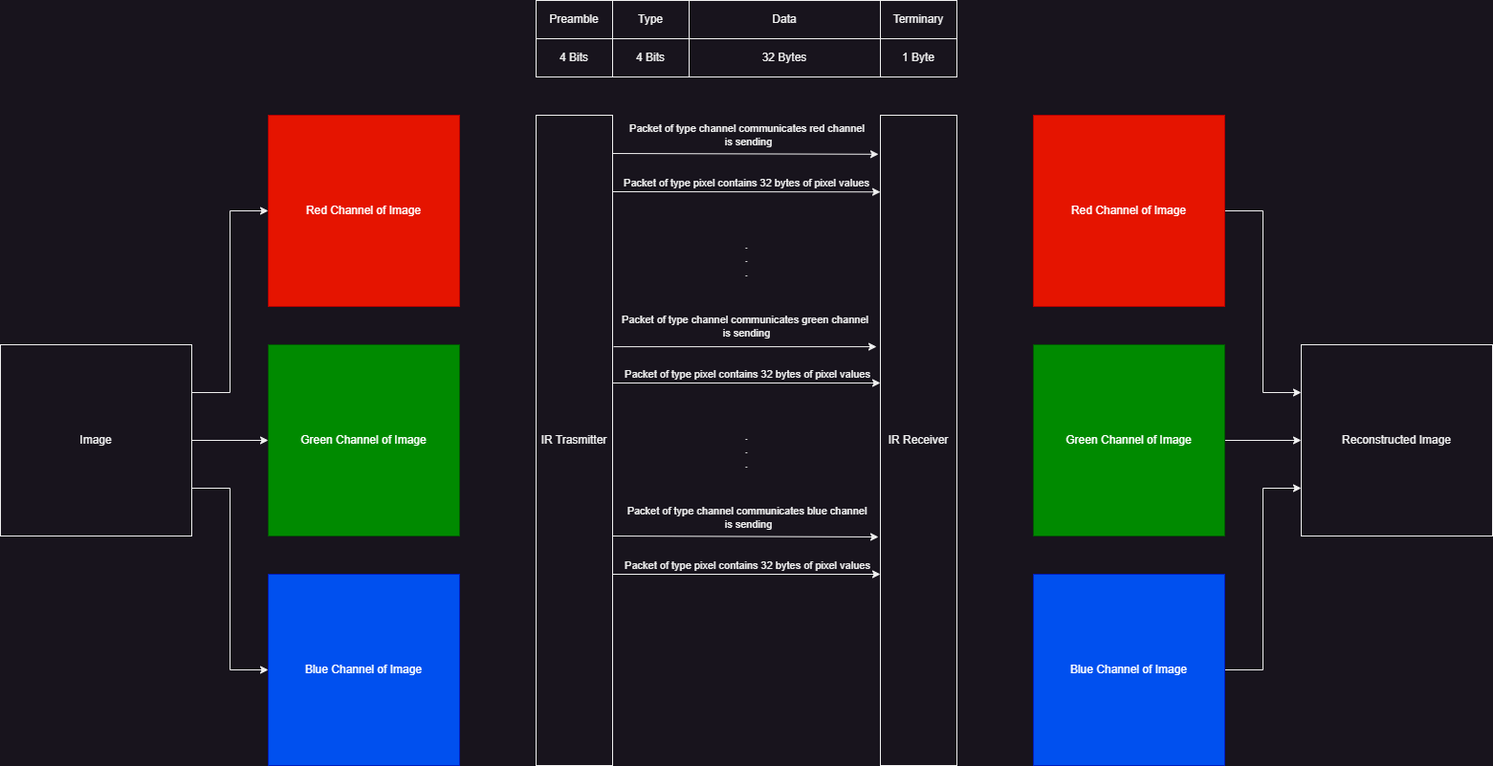
Earlier version of the draw.io export images/comms.png (liamhemmett/CSSE4011-PROJECT). Source tidied: cells renumbered, new cells last; positions are measured from the earlier drawing's top-left corner, leaving out a move shared by most shapes.
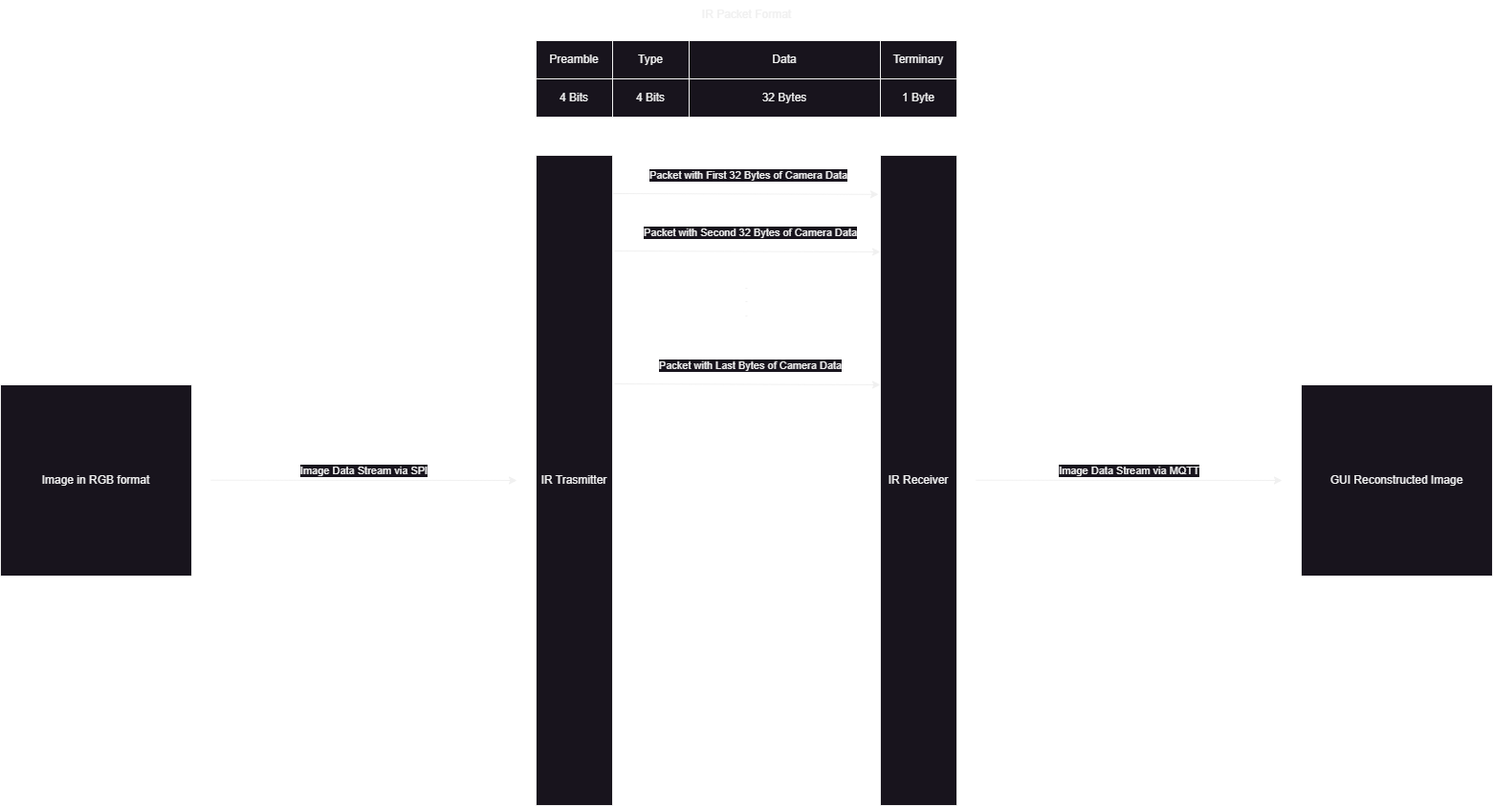
Above is the later version.

Change to the diagram source:
```diff
@@ -2,27 +2,9 @@
   <root>
     <mxCell id="0" />
     <mxCell id="1" parent="0" />
-    <mxCell id="2" style="edgeStyle=orthogonalEdgeStyle;rounded=0;jettySize=auto;html=1;exitX=1;exitY=0.25;exitDx=0;exitDy=0;entryX=0;entryY=0.5;entryDx=0;entryDy=0;" parent="1" edge="1" source="5" target="6">
-      <mxGeometry relative="1" as="geometry" />
-    </mxCell>
-    <mxCell id="3" style="edgeStyle=orthogonalEdgeStyle;rounded=0;jettySize=auto;html=1;exitX=1;exitY=0.5;exitDx=0;exitDy=0;entryX=0;entryY=0.5;entryDx=0;entryDy=0;" parent="1" edge="1" source="5" target="7">
-      <mxGeometry relative="1" as="geometry" />
-    </mxCell>
-    <mxCell id="4" style="edgeStyle=orthogonalEdgeStyle;rounded=0;jettySize=auto;html=1;exitX=1;exitY=0.75;exitDx=0;exitDy=0;entryX=0;entryY=0.5;entryDx=0;entryDy=0;" parent="1" edge="1" source="5" target="8">
-      <mxGeometry relative="1" as="geometry" />
-    </mxCell>
-    <mxCell id="5" value="Image" style="rounded=0;whiteSpace=wrap;html=1;glass=0;shadow=0;" parent="1" vertex="1">
+    <mxCell id="5" value="Image in RGB format" style="rounded=0;whiteSpace=wrap;html=1;glass=0;shadow=0;" parent="1" vertex="1">
       <mxGeometry y="360" width="200" height="200" as="geometry" />
     </mxCell>
-    <mxCell id="6" value="Red Channel of Image" style="rounded=0;whiteSpace=wrap;html=1;glass=0;shadow=0;fillColor=#e51400;fontColor=#ffffff;strokeColor=#B20000;" parent="1" vertex="1">
-      <mxGeometry x="280" y="120" width="200" height="200" as="geometry" />
-    </mxCell>
-    <mxCell id="7" value="Green Channel of Image" style="rounded=0;whiteSpace=wrap;html=1;glass=0;shadow=0;fillColor=#008a00;fontColor=#ffffff;strokeColor=#005700;" parent="1" vertex="1">
-      <mxGeometry x="280" y="360" width="200" height="200" as="geometry" />
-    </mxCell>
-    <mxCell id="8" value="Blue Channel of Image" style="rounded=0;whiteSpace=wrap;html=1;glass=0;shadow=0;fillColor=#0050ef;fontColor=#ffffff;strokeColor=#001DBC;" parent="1" vertex="1">
-      <mxGeometry x="280" y="600" width="200" height="200" as="geometry" />
-    </mxCell>
     <mxCell id="9" value="Preamble" style="rounded=0;whiteSpace=wrap;html=1;" parent="1" vertex="1">
       <mxGeometry x="560" width="80" height="40" as="geometry" />
     </mxCell>
@@ -58,95 +40,63 @@
         <mxPoint x="640" y="160" as="sourcePoint" />
       </mxGeometry>
     </mxCell>
-    <mxCell id="20" value="Packet of type channel communicates red channel&amp;nbsp;&lt;div&gt;is sending&lt;/div&gt;" style="edgeLabel;html=1;align=center;verticalAlign=middle;" parent="19" vertex="1">
+    <mxCell id="20" value="Packet with First 32 Bytes of Camera Data" style="edgeLabel;html=1;align=center;verticalAlign=middle;" parent="19" vertex="1">
       <mxGeometry x="0.26" y="-1" relative="1" as="geometry">
         <mxPoint x="-33" y="-21" as="offset" />
       </mxGeometry>
     </mxCell>
-    <mxCell id="21" style="endArrow=classic;html=1;rounded=0;entryX=0;entryY=0.118;entryDx=0;entryDy=0;entryPerimeter=0;" parent="1" edge="1" target="18">
-      <mxGeometry relative="1" as="geometry">
-        <mxPoint x="640" y="200" as="sourcePoint" />
-      </mxGeometry>
-    </mxCell>
-    <mxCell id="22" value="Packet of type pixel contains 32 bytes of pixel values" style="edgeLabel;html=1;align=center;verticalAlign=middle;" parent="21" vertex="1">
-      <mxGeometry x="0.18" y="-4" relative="1" as="geometry">
-        <mxPoint x="-25" y="-14" as="offset" />
-      </mxGeometry>
-    </mxCell>
     <mxCell id="23" value=".&lt;div&gt;.&lt;/div&gt;&lt;div&gt;.&lt;/div&gt;" style="text;html=1;align=center;verticalAlign=middle;strokeColor=none;fillColor=none;" parent="1" vertex="1">
       <mxGeometry x="765" y="240" width="30" height="60" as="geometry" />
     </mxCell>
-    <mxCell id="24" value="Packet of type channel communicates green channel&amp;nbsp;&lt;div&gt;is sending&lt;/div&gt;" style="edgeLabel;html=1;align=center;verticalAlign=middle;" parent="1" vertex="1">
-      <mxGeometry x="780" y="340" as="geometry" />
-    </mxCell>
-    <mxCell id="25" style="endArrow=classic;html=1;rounded=0;entryX=-0.05;entryY=0.356;entryDx=0;entryDy=0;entryPerimeter=0;exitX=1.013;exitY=0.356;exitDx=0;exitDy=0;exitPerimeter=0;" parent="1" edge="1" source="17" target="18">
-      <mxGeometry relative="1" as="geometry" />
-    </mxCell>
-    <mxCell id="26" style="endArrow=classic;html=1;rounded=0;entryX=0;entryY=0.118;entryDx=0;entryDy=0;entryPerimeter=0;" parent="1" edge="1">
-      <mxGeometry relative="1" as="geometry">
-        <mxPoint x="640" y="400" as="sourcePoint" />
-        <mxPoint x="920" y="400" as="targetPoint" />
-      </mxGeometry>
-    </mxCell>
-    <mxCell id="27" value="Packet of type pixel contains 32 bytes of pixel values" style="edgeLabel;html=1;align=center;verticalAlign=middle;" parent="26" vertex="1">
-      <mxGeometry x="0.18" y="-4" relative="1" as="geometry">
-        <mxPoint x="-25" y="-14" as="offset" />
-      </mxGeometry>
-    </mxCell>
-    <mxCell id="28" value=".&lt;div&gt;.&lt;/div&gt;&lt;div&gt;.&lt;/div&gt;" style="text;html=1;align=center;verticalAlign=middle;strokeColor=none;fillColor=none;" parent="1" vertex="1">
-      <mxGeometry x="765" y="440" width="30" height="60" as="geometry" />
-    </mxCell>
-    <mxCell id="29" style="endArrow=classic;html=1;rounded=0;entryX=-0.025;entryY=0.06;entryDx=0;entryDy=0;entryPerimeter=0;" parent="1" edge="1">
-      <mxGeometry relative="1" as="geometry">
-        <mxPoint x="640" y="560" as="sourcePoint" />
-        <mxPoint x="918" y="561" as="targetPoint" />
-      </mxGeometry>
-    </mxCell>
-    <mxCell id="30" value="Packet of type channel communicates blue channel&amp;nbsp;&lt;div&gt;is sending&lt;/div&gt;" style="edgeLabel;html=1;align=center;verticalAlign=middle;" parent="29" vertex="1">
-      <mxGeometry x="0.26" y="-1" relative="1" as="geometry">
-        <mxPoint x="-33" y="-21" as="offset" />
-      </mxGeometry>
-    </mxCell>
-    <mxCell id="31" style="endArrow=classic;html=1;rounded=0;entryX=0;entryY=0.118;entryDx=0;entryDy=0;entryPerimeter=0;" parent="1" edge="1">
-      <mxGeometry relative="1" as="geometry">
-        <mxPoint x="640" y="600" as="sourcePoint" />
-        <mxPoint x="920" y="600" as="targetPoint" />
-      </mxGeometry>
-    </mxCell>
-    <mxCell id="32" value="Packet of type pixel contains 32 bytes of pixel values" style="edgeLabel;html=1;align=center;verticalAlign=middle;" parent="31" vertex="1">
-      <mxGeometry x="0.18" y="-4" relative="1" as="geometry">
-        <mxPoint x="-25" y="-14" as="offset" />
-      </mxGeometry>
-    </mxCell>
-    <mxCell id="33" style="edgeStyle=orthogonalEdgeStyle;rounded=0;jettySize=auto;html=1;exitX=1;exitY=0.5;exitDx=0;exitDy=0;entryX=0;entryY=0.25;entryDx=0;entryDy=0;" parent="1" edge="1" source="34" target="39">
-      <mxGeometry relative="1" as="geometry" />
-    </mxCell>
-    <mxCell id="34" style="rounded=0;whiteSpace=wrap;html=1;glass=0;shadow=0;fillColor=#e51400;fontColor=#ffffff;strokeColor=#B20000;" parent="1" vertex="1">
-      <mxGeometry x="1080" y="120" width="200" height="200" as="geometry" />
-    </mxCell>
-    <mxCell id="35" style="edgeStyle=orthogonalEdgeStyle;rounded=0;jettySize=auto;html=1;exitX=1;exitY=0.5;exitDx=0;exitDy=0;entryX=0;entryY=0.5;entryDx=0;entryDy=0;" parent="1" edge="1" source="36" target="39">
-      <mxGeometry relative="1" as="geometry" />
-    </mxCell>
-    <mxCell id="36" style="rounded=0;whiteSpace=wrap;html=1;glass=0;shadow=0;fillColor=#008a00;fontColor=#ffffff;strokeColor=#005700;" parent="1" vertex="1">
-      <mxGeometry x="1080" y="360" width="200" height="200" as="geometry" />
-    </mxCell>
-    <mxCell id="37" style="edgeStyle=orthogonalEdgeStyle;rounded=0;jettySize=auto;html=1;exitX=1;exitY=0.5;exitDx=0;exitDy=0;entryX=0;entryY=0.75;entryDx=0;entryDy=0;" parent="1" edge="1" source="38" target="39">
-      <mxGeometry relative="1" as="geometry" />
-    </mxCell>
-    <mxCell id="38" style="rounded=0;whiteSpace=wrap;html=1;glass=0;shadow=0;fillColor=#0050ef;fontColor=#ffffff;strokeColor=#001DBC;" parent="1" vertex="1">
-      <mxGeometry x="1080" y="600" width="200" height="200" as="geometry" />
-    </mxCell>
-    <mxCell id="39" value="Reconstructed Image" style="rounded=0;whiteSpace=wrap;html=1;glass=0;shadow=0;" parent="1" vertex="1">
+    <mxCell id="39" value="GUI Reconstructed Image" style="rounded=0;whiteSpace=wrap;html=1;glass=0;shadow=0;" parent="1" vertex="1">
       <mxGeometry x="1360" y="360" width="200" height="200" as="geometry" />
     </mxCell>
-    <mxCell id="40" value="Red Channel of Image" style="rounded=0;whiteSpace=wrap;html=1;glass=0;shadow=0;fillColor=#e51400;fontColor=#ffffff;strokeColor=#B20000;" parent="1" vertex="1">
-      <mxGeometry x="1080" y="120" width="200" height="200" as="geometry" />
-    </mxCell>
-    <mxCell id="41" value="Green Channel of Image" style="rounded=0;whiteSpace=wrap;html=1;glass=0;shadow=0;fillColor=#008a00;fontColor=#ffffff;strokeColor=#005700;" parent="1" vertex="1">
-      <mxGeometry x="1080" y="360" width="200" height="200" as="geometry" />
-    </mxCell>
-    <mxCell id="42" value="Blue Channel of Image" style="rounded=0;whiteSpace=wrap;html=1;glass=0;shadow=0;fillColor=#0050ef;fontColor=#ffffff;strokeColor=#001DBC;" parent="1" vertex="1">
-      <mxGeometry x="1080" y="600" width="200" height="200" as="geometry" />
-    </mxCell>
+    <mxCell id="43" style="endArrow=classic;html=1;rounded=0;" parent="1" edge="1">
+      <mxGeometry relative="1" as="geometry">
+        <mxPoint x="220" y="459.7" as="sourcePoint" />
+        <mxPoint x="540" y="460" as="targetPoint" />
+      </mxGeometry>
+    </mxCell>
+    <mxCell id="44" value="Image Data Stream via SPI" style="edgeLabel;html=1;align=center;verticalAlign=middle;" parent="43" vertex="1">
+      <mxGeometry x="-0.19" y="-2" relative="1" as="geometry">
+        <mxPoint x="30" y="-12" as="offset" />
+      </mxGeometry>
+    </mxCell>
+    <mxCell id="45" style="endArrow=classic;html=1;rounded=0;" parent="1" edge="1">
+      <mxGeometry relative="1" as="geometry">
+        <mxPoint x="1020" y="459.7" as="sourcePoint" />
+        <mxPoint x="1340" y="460" as="targetPoint" />
+      </mxGeometry>
+    </mxCell>
+    <mxCell id="46" value="Image Data Stream via MQTT" style="edgeLabel;html=1;align=center;verticalAlign=middle;" parent="45" vertex="1">
+      <mxGeometry x="-0.19" y="-2" relative="1" as="geometry">
+        <mxPoint x="30" y="-12" as="offset" />
+      </mxGeometry>
+    </mxCell>
+    <mxCell id="47" value="IR Packet Format" style="text;html=1;align=center;verticalAlign=middle;strokeColor=none;fillColor=none;" parent="1" vertex="1">
+      <mxGeometry x="720" y="-42" width="120" height="30" as="geometry" />
+    </mxCell>
+    <mxCell id="48" style="endArrow=classic;html=1;rounded=0;entryX=-0.025;entryY=0.06;entryDx=0;entryDy=0;entryPerimeter=0;" parent="1" edge="1">
+      <mxGeometry relative="1" as="geometry">
+        <mxPoint x="642" y="220" as="sourcePoint" />
+        <mxPoint x="920" y="221" as="targetPoint" />
+      </mxGeometry>
+    </mxCell>
+    <mxCell id="49" value="Packet with Second 32 Bytes of Camera Data" style="edgeLabel;html=1;align=center;verticalAlign=middle;" parent="48" vertex="1">
+      <mxGeometry x="0.26" y="-1" relative="1" as="geometry">
+        <mxPoint x="-33" y="-21" as="offset" />
+      </mxGeometry>
+    </mxCell>
+    <mxCell id="50" style="endArrow=classic;html=1;rounded=0;entryX=-0.025;entryY=0.06;entryDx=0;entryDy=0;entryPerimeter=0;" parent="1" edge="1">
+      <mxGeometry relative="1" as="geometry">
+        <mxPoint x="642" y="359" as="sourcePoint" />
+        <mxPoint x="920" y="360" as="targetPoint" />
+      </mxGeometry>
+    </mxCell>
+    <mxCell id="51" value="Packet with Last Bytes of Camera Data" style="edgeLabel;html=1;align=center;verticalAlign=middle;" parent="50" vertex="1">
+      <mxGeometry x="0.26" y="-1" relative="1" as="geometry">
+        <mxPoint x="-33" y="-21" as="offset" />
+      </mxGeometry>
+    </mxCell>
   </root>
 </mxGraphModel>
```
